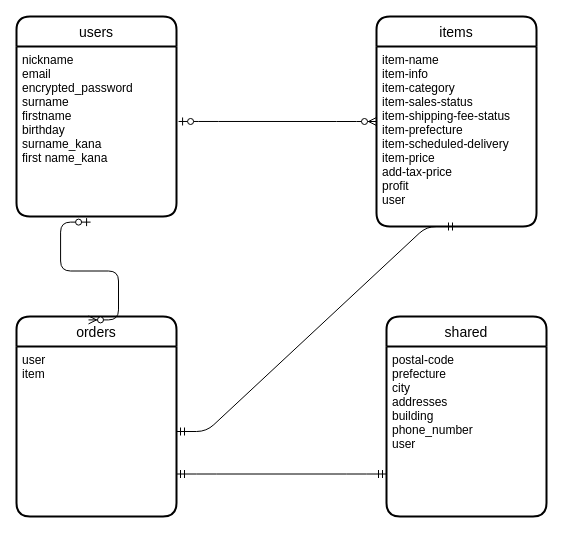
Earlier version of the draw.io diagram test.dio (kedani/furima-33037). Source tidied: cells renumbered, new cells numbered last; positions are measured from the earlier drawing's top-left corner, leaving out a move shared by most shapes. Both pictures are drawn from the tidied source at 100%, with x=0, y=0 at pixel (16, 16).
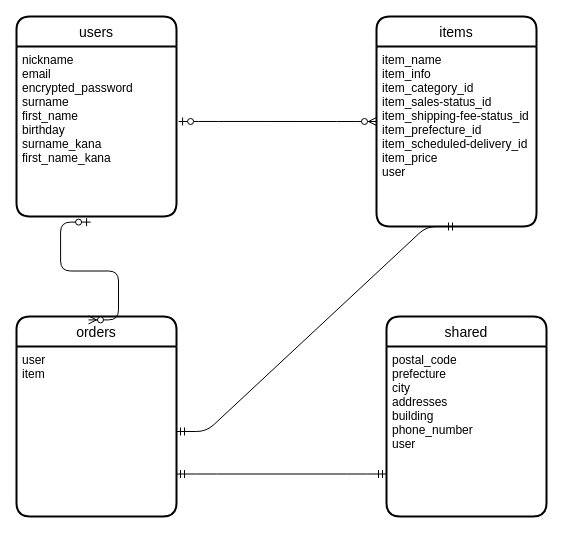
The same diagram, later.

Diff of the diagram source:
```diff
@@
 <mxGraphModel>
   <root>
     <mxCell id="0" />
     <mxCell id="1" parent="0" />
     <mxCell id="2" value="users" style="swimlane;horizontal=1;startSize=30;rounded=1;fontSize=14;fontStyle=0;strokeWidth=2;shadow=0;dashed=0;align=center;" parent="1" vertex="1">
       <mxGeometry width="160" height="200" as="geometry" />
     </mxCell>
-    <mxCell id="3" value="nickname&#10;email&#10;encrypted_password&#10;surname&#10;firstname&#10;birthday&#10;surname_kana&#10;first name_kana" style="align=left;strokeColor=none;fillColor=none;spacingLeft=4;fontSize=12;verticalAlign=top;" parent="2" vertex="1">
+    <mxCell id="3" value="nickname&#10;email&#10;encrypted_password&#10;surname&#10;first_name&#10;birthday&#10;surname_kana&#10;first_name_kana" style="align=left;strokeColor=none;fillColor=none;spacingLeft=4;fontSize=12;verticalAlign=top;" parent="2" vertex="1">
       <mxGeometry y="30" width="160" height="170" as="geometry" />
     </mxCell>
     <mxCell id="4" value="shared" style="swimlane;horizontal=1;startSize=30;rounded=1;fontSize=14;fontStyle=0;strokeWidth=2;shadow=0;dashed=0;align=center;" parent="1" vertex="1">
       <mxGeometry x="370" y="300" width="160" height="200" as="geometry" />
     </mxCell>
-    <mxCell id="5" value="postal-code&#10;prefecture&#10;city&#10;addresses&#10;building&#10;phone_number&#10;user" style="align=left;strokeColor=none;fillColor=none;spacingLeft=4;fontSize=12;verticalAlign=top;" parent="4" vertex="1">
+    <mxCell id="5" value="postal_code&#10;prefecture&#10;city&#10;addresses&#10;building&#10;phone_number&#10;user" style="align=left;strokeColor=none;fillColor=none;spacingLeft=4;fontSize=12;verticalAlign=top;" parent="4" vertex="1">
       <mxGeometry y="30" width="160" height="170" as="geometry" />
     </mxCell>
     <mxCell id="6" value="orders" style="swimlane;horizontal=1;startSize=30;rounded=1;fontSize=14;fontStyle=0;strokeWidth=2;shadow=0;dashed=0;align=center;" parent="1" vertex="1">
       <mxGeometry y="300" width="160" height="200" as="geometry" />
     </mxCell>
     <mxCell id="7" value="user&#10;item" style="align=left;strokeColor=none;fillColor=none;spacingLeft=4;fontSize=12;verticalAlign=top;" parent="6" vertex="1">
       <mxGeometry y="30" width="160" height="170" as="geometry" />
     </mxCell>
     <mxCell id="8" value="items" style="swimlane;horizontal=1;startSize=30;rounded=1;fontSize=14;fontStyle=0;strokeWidth=2;shadow=0;dashed=0;align=center;" parent="1" vertex="1">
       <mxGeometry x="360" width="160" height="210" as="geometry" />
     </mxCell>
-    <mxCell id="9" value="item-name&#10;item-info&#10;item-category&#10;item-sales-status&#10;item-shipping-fee-status&#10;item-prefecture&#10;item-scheduled-delivery&#10;item-price&#10;add-tax-price&#10;profit&#10;user" style="align=left;strokeColor=none;fillColor=none;spacingLeft=4;fontSize=12;verticalAlign=top;" parent="8" vertex="1">
+    <mxCell id="9" value="item_name&#10;item_info&#10;item_category_id&#10;item_sales-status_id&#10;item_shipping-fee-status_id&#10;item_prefecture_id&#10;item_scheduled-delivery_id&#10;item_price&#10;user" style="align=left;strokeColor=none;fillColor=none;spacingLeft=4;fontSize=12;verticalAlign=top;" parent="8" vertex="1">
       <mxGeometry y="30" width="160" height="180" as="geometry" />
     </mxCell>
     <mxCell id="10" style="edgeStyle=entityRelationEdgeStyle;fontSize=12;html=1;endArrow=ERmandOne;startArrow=ERmandOne;entryX=0.5;entryY=1;entryDx=0;entryDy=0;exitX=1;exitY=0.5;exitDx=0;exitDy=0;" parent="1" edge="1" source="7" target="9">
       <mxGeometry relative="1" as="geometry" />
     </mxCell>
     <mxCell id="11" style="edgeStyle=entityRelationEdgeStyle;fontSize=12;html=1;endArrow=ERmandOne;startArrow=ERmandOne;entryX=0;entryY=0.75;entryDx=0;entryDy=0;exitX=1;exitY=0.75;exitDx=0;exitDy=0;" parent="1" edge="1" source="7" target="5">
       <mxGeometry relative="1" as="geometry" />
     </mxCell>
     <mxCell id="12" style="edgeStyle=entityRelationEdgeStyle;fontSize=12;html=1;endArrow=ERzeroToMany;startArrow=ERzeroToOne;entryX=0;entryY=0.5;entryDx=0;entryDy=0;exitX=1.013;exitY=0.441;exitDx=0;exitDy=0;exitPerimeter=0;" parent="1" edge="1" source="3" target="8">
       <mxGeometry relative="1" as="geometry" />
     </mxCell>
     <mxCell id="13" style="edgeStyle=entityRelationEdgeStyle;fontSize=12;html=1;endArrow=ERzeroToMany;startArrow=ERzeroToOne;exitX=0.463;exitY=1.033;exitDx=0;exitDy=0;exitPerimeter=0;entryX=0.45;entryY=0.017;entryDx=0;entryDy=0;entryPerimeter=0;" parent="1" edge="1" source="3" target="6">
       <mxGeometry relative="1" as="geometry" />
     </mxCell>
   </root>
 </mxGraphModel>
```
